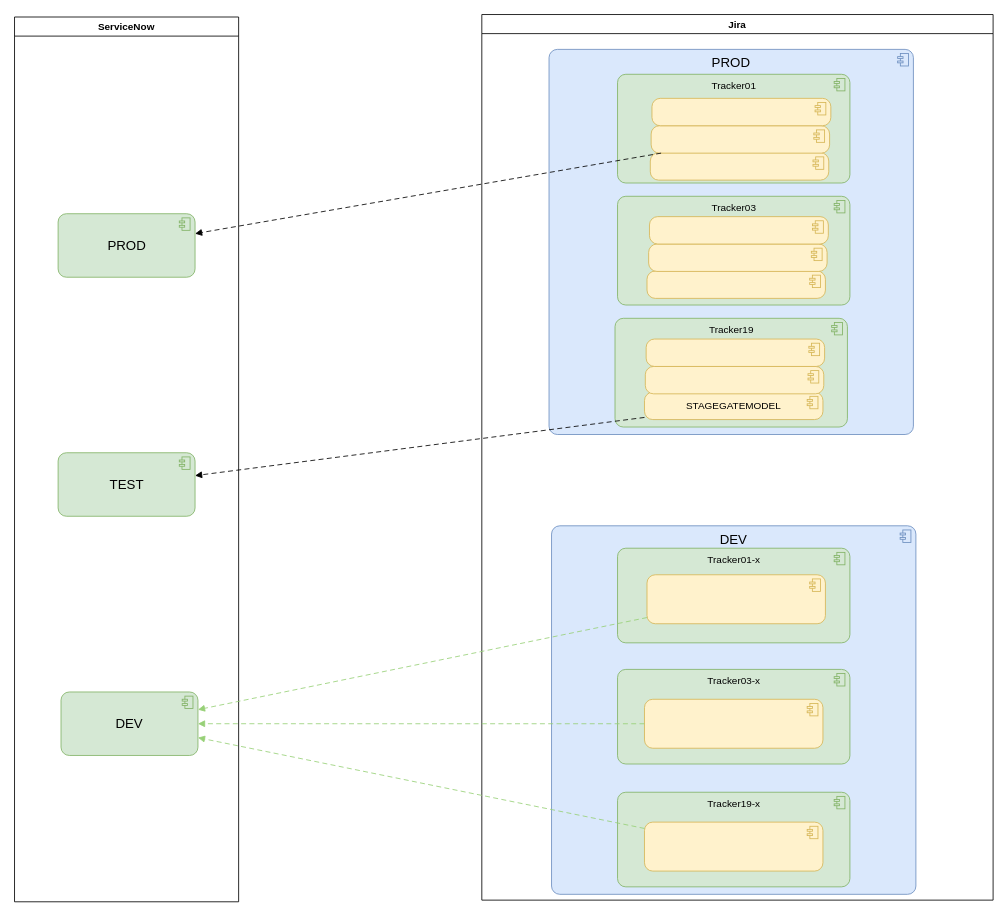
algimas/tmp keeps this draw.io diagram as page "WebHooks" (3 of 13) of Bosch.drawio. Above is the earlier version. Source tidied: cells renumbered, new cells numbered last; positions are measured from the earlier drawing's top-left corner, leaving out a move shared by most shapes. Both pictures are drawn from the tidied source at 83%, with x=0, y=0 at pixel (14, 14).
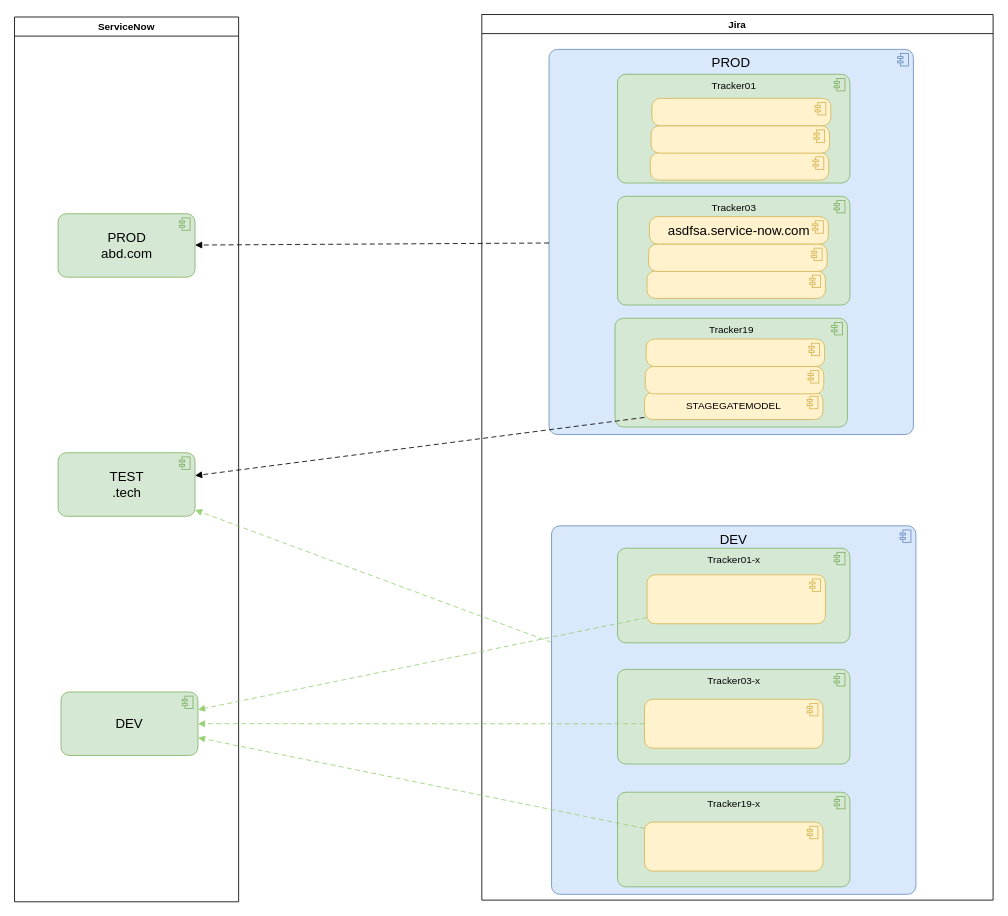
The same diagram, later.

Unchanged cells that the change refers to:
```xml
<mxCell id="2" value="ServiceNow" style="swimlane;" parent="1" vertex="1">
  <mxGeometry y="3" width="270" height="1066" as="geometry" />
</mxCell>
<mxCell id="6" value="Jira" style="swimlane;" parent="1" vertex="1">
  <mxGeometry x="563" width="616" height="1067" as="geometry" />
</mxCell>
<mxCell id="7" value="PROD" style="html=1;outlineConnect=0;whiteSpace=wrap;fillColor=#dae8fc;shape=mxgraph.archimate3.application;appType=comp;archiType=rounded;strokeColor=#6c8ebf;verticalAlign=top;fontStyle=0;fontSize=16;" parent="6" vertex="1">
  <mxGeometry x="81" y="42" width="439" height="464" as="geometry" />
</mxCell>
<mxCell id="10" value="DEV" style="html=1;outlineConnect=0;whiteSpace=wrap;fillColor=#dae8fc;shape=mxgraph.archimate3.application;appType=comp;archiType=rounded;strokeColor=#6c8ebf;verticalAlign=top;fontStyle=0;fontSize=16;" parent="6" vertex="1">
  <mxGeometry x="84" y="616" width="439" height="444" as="geometry" />
</mxCell>
<mxCell id="24" style="html=1;outlineConnect=0;whiteSpace=wrap;fillColor=#fff2cc;shape=mxgraph.archimate3.application;appType=comp;archiType=rounded;strokeColor=#d6b656;verticalAlign=middle;fontStyle=0;fontSize=12;" parent="6" vertex="1">
  <mxGeometry x="204" y="134" width="215" height="33" as="geometry" />
</mxCell>
```

The edit, as a diff of the source:
```diff
@@
-    <mxCell id="3" value="PROD" style="html=1;outlineConnect=0;whiteSpace=wrap;fillColor=#d5e8d4;shape=mxgraph.archimate3.application;appType=comp;archiType=rounded;strokeColor=#82b366;verticalAlign=middle;fontStyle=0;fontSize=16;" parent="2" vertex="1">
+    <mxCell id="3" value="PROD&lt;div&gt;abd.com&lt;/div&gt;" style="html=1;outlineConnect=0;whiteSpace=wrap;fillColor=#d5e8d4;shape=mxgraph.archimate3.application;appType=comp;archiType=rounded;strokeColor=#82b366;verticalAlign=middle;fontStyle=0;fontSize=16;" parent="2" vertex="1">
       <mxGeometry x="52.5" y="237" width="165" height="76.5" as="geometry" />
     </mxCell>
-    <mxCell id="4" value="TEST" style="html=1;outlineConnect=0;whiteSpace=wrap;fillColor=#d5e8d4;shape=mxgraph.archimate3.application;appType=comp;archiType=rounded;strokeColor=#82b366;verticalAlign=middle;fontStyle=0;fontSize=16;" parent="2" vertex="1">
+    <mxCell id="4" value="TEST&lt;div&gt;.tech&lt;/div&gt;" style="html=1;outlineConnect=0;whiteSpace=wrap;fillColor=#d5e8d4;shape=mxgraph.archimate3.application;appType=comp;archiType=rounded;strokeColor=#82b366;verticalAlign=middle;fontStyle=0;fontSize=16;" parent="2" vertex="1">
       <mxGeometry x="52.5" y="525" width="165" height="76.5" as="geometry" />
     </mxCell>
@@
-    <mxCell id="22" style="html=1;whiteSpace=wrap;fillColor=#fff2cc;shape=mxgraph.archimate3.application;appType=comp;archiType=rounded;strokeColor=#d6b656;verticalAlign=middle;fontStyle=0;fontSize=12;" parent="6" vertex="1">
+    <mxCell id="22" value="&lt;span style=&quot;font-size: 16px;&quot;&gt;asdfsa.service-now.com&lt;/span&gt;" style="html=1;whiteSpace=wrap;fillColor=#fff2cc;shape=mxgraph.archimate3.application;appType=comp;archiType=rounded;strokeColor=#d6b656;verticalAlign=middle;fontStyle=0;fontSize=12;" parent="6" vertex="1">
       <mxGeometry x="202" y="243.5" width="215.5" height="33" as="geometry" />
     </mxCell>
@@
-    <mxCell id="31" style="html=1;endArrow=block;dashed=1;elbow=vertical;endFill=1;dashPattern=6 4;rounded=0;fontSize=12;fontStyle=0;" parent="1" edge="1" source="24" target="3">
+    <mxCell id="31" style="html=1;endArrow=block;dashed=1;elbow=vertical;endFill=1;dashPattern=6 4;rounded=0;fontSize=12;fontStyle=0;" parent="1" edge="1" source="7" target="3">
       <mxGeometry relative="1" as="geometry" />
     </mxCell>
+    <mxCell id="32" style="html=1;endArrow=block;dashed=1;elbow=vertical;endFill=1;dashPattern=6 4;rounded=0;fontSize=12;fontStyle=0;strokeColor=#97D077;" parent="1" edge="1" source="10" target="4">
+      <mxGeometry relative="1" as="geometry" />
+    </mxCell>
```
